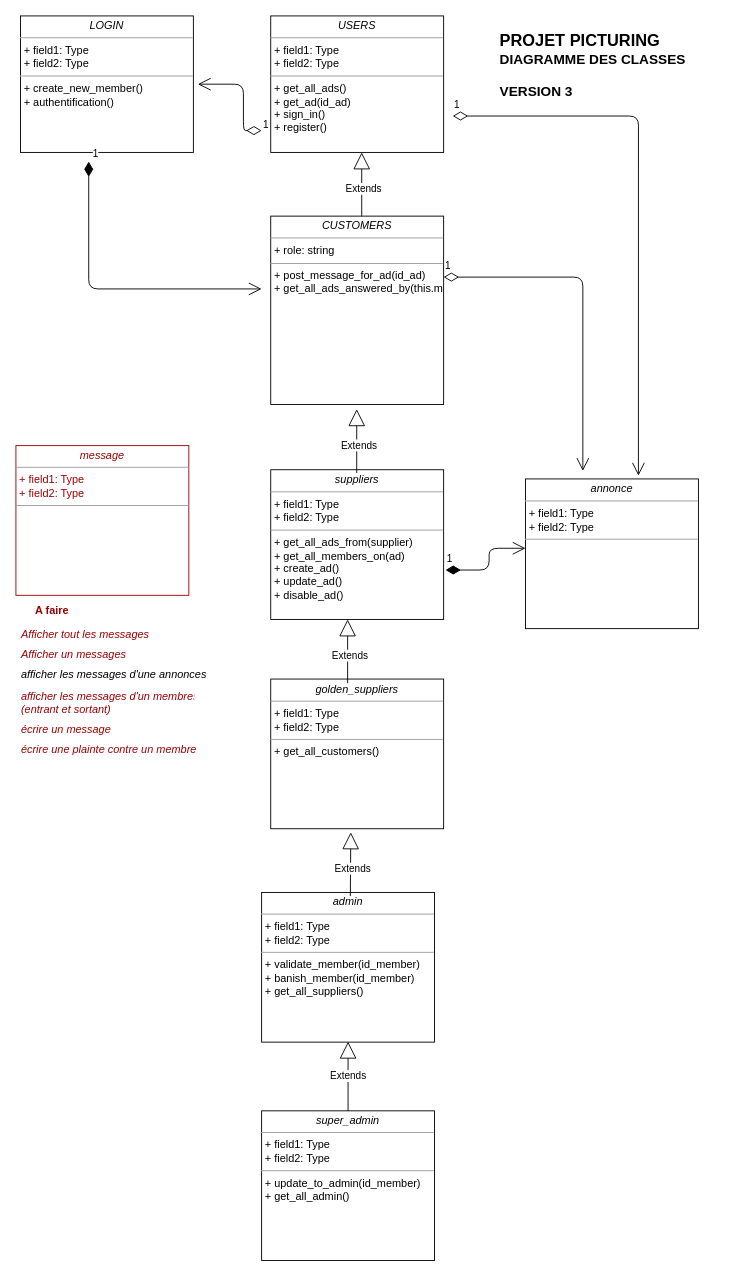
Above: fichiers_projet/database/diagram_class_v3.drawio in Gazowski/projet_picturing (draw.io), before the change. Source tidied: cells renumbered, new cells numbered last; positions are measured from the earlier drawing's top-left corner, leaving out a move shared by most shapes. Both pictures are drawn from the tidied source at 91%, with x=0, y=0 at pixel (15, 15).
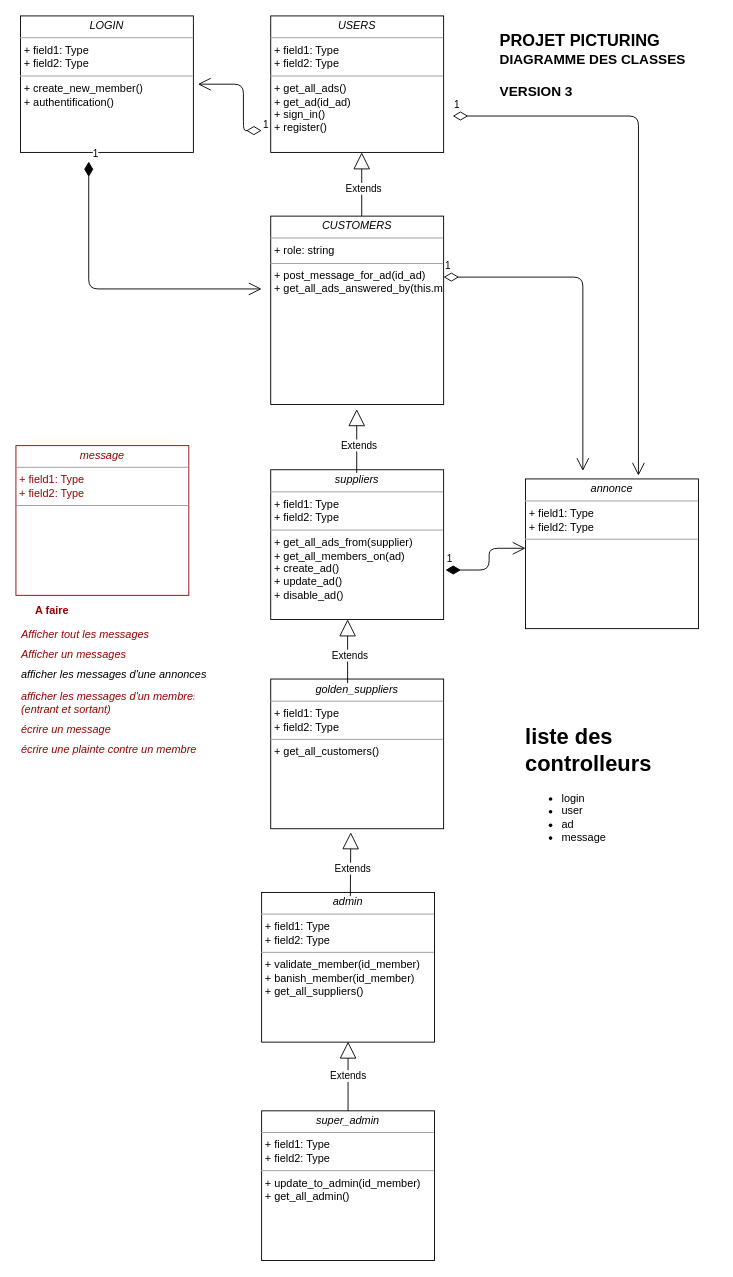
The same diagram, later.

Change to the diagram source:
```diff
@@
+    <mxCell id="29" value="&lt;h1&gt;liste des controlleurs&lt;/h1&gt;&lt;p&gt;&lt;ul&gt;&lt;li&gt;login&lt;/li&gt;&lt;li&gt;user&lt;/li&gt;&lt;li&gt;ad&lt;/li&gt;&lt;li&gt;message&lt;/li&gt;&lt;/ul&gt;&lt;/p&gt;&lt;p&gt;&lt;br&gt;&lt;/p&gt;" style="text;html=1;strokeColor=none;fillColor=none;spacing=5;spacingTop=-20;whiteSpace=wrap;overflow=hidden;rounded=0;" parent="1" vertex="1">
+      <mxGeometry x="555" y="773" width="190" height="147" as="geometry" />
+    </mxCell>
```
